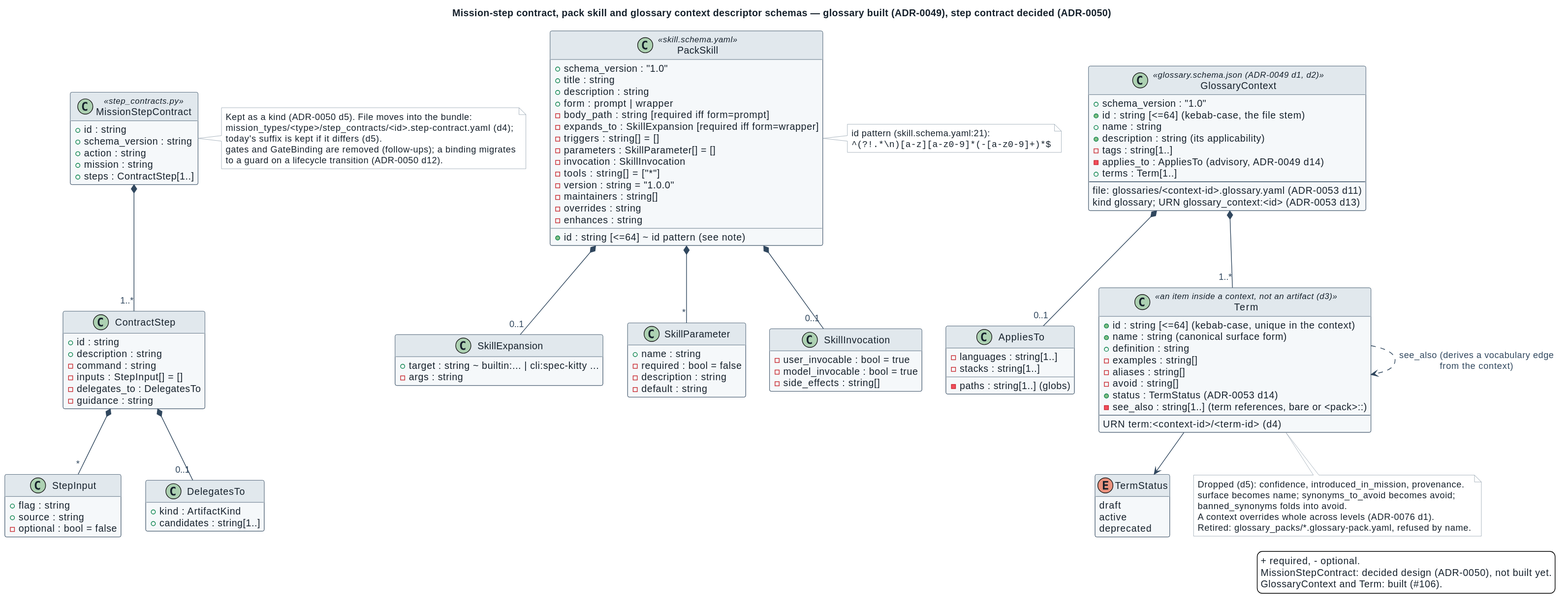
Before: docs/architecture/diagrams/descriptor-mission-skill-glossary.svg, a diagram exported from PlantUML (spec-kitty/spec-kitty-charter).
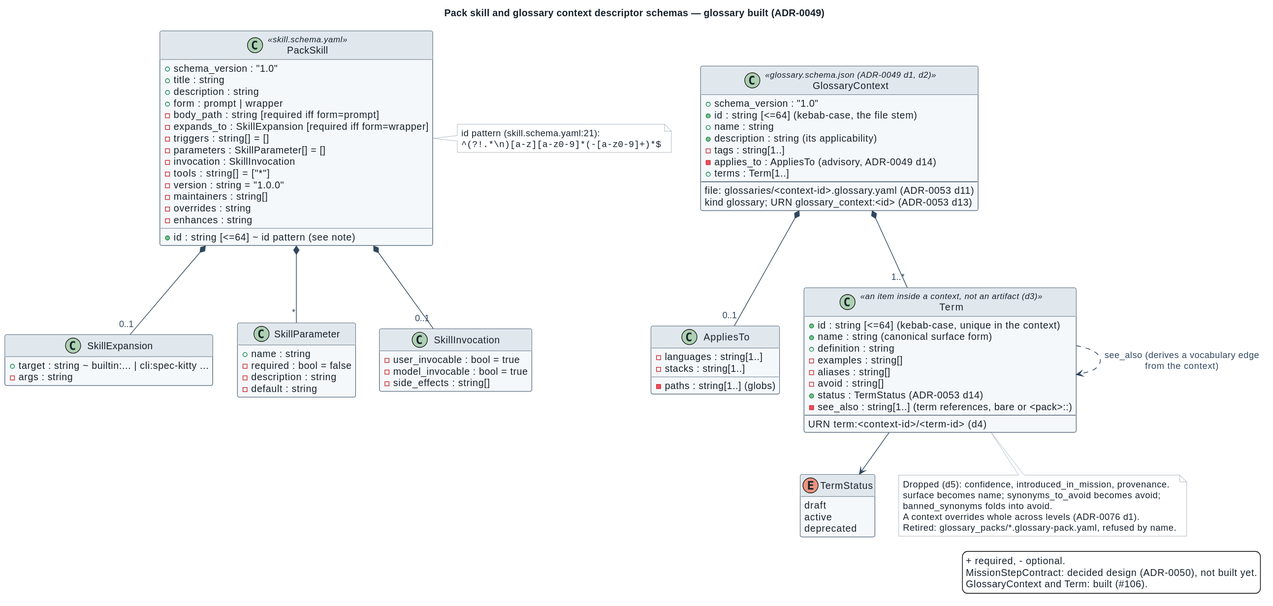
Above is the later version.

What changed in the source:
```diff
@@ -1,41 +1,6 @@
 @startuml
 !include _style.iuml
-title Mission-step contract, pack skill and glossary context descriptor schemas — glossary built (ADR-0049), step contract decided (ADR-0050)
-
-class MissionStepContract <<step_contracts.py>> {
-  + id : string
-  + schema_version : string
-  + action : string
-  + mission : string
-  + steps : ContractStep[1..]
-}
-note right of MissionStepContract
-  Kept as a kind (ADR-0050 d5). File moves into the bundle:
-  mission_types/<type>/step_contracts/<id>.step-contract.yaml (d4);
-  today's suffix is kept if it differs (d5).
-  gates and GateBinding are removed (follow-ups); a binding migrates
-  to a guard on a lifecycle transition (ADR-0050 d12).
-end note
-class ContractStep {
-  + id : string
-  + description : string
-  - command : string
-  - inputs : StepInput[] = []
-  - delegates_to : DelegatesTo
-  - guidance : string
-}
-class StepInput {
-  + flag : string
-  + source : string
-  - optional : bool = false
-}
-class DelegatesTo {
-  + kind : ArtifactKind
-  + candidates : string[1..]
-}
-MissionStepContract *-- "1..*" ContractStep
-ContractStep *-- "*" StepInput
-ContractStep *-- "0..1" DelegatesTo
+title Pack skill and glossary context descriptor schemas — glossary built (ADR-0049)
 
 class PackSkill <<skill.schema.yaml>> {
   + schema_version : "1.0"
```
